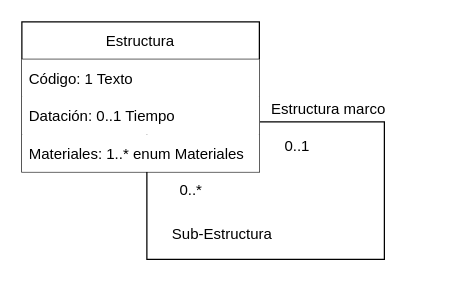
This is Ejercicio 12.drawio from ESTHERRODRIGUEZGARCIA/TrabajoGrupal1-EDA, a draw.io file, before an edit. Source tidied: cells renumbered, new cells numbered last; positions are measured from the earlier drawing's top-left corner, leaving out a move shared by most shapes. Both pictures are drawn from the tidied source at 125%, with x=0, y=0 at pixel (21, 21).
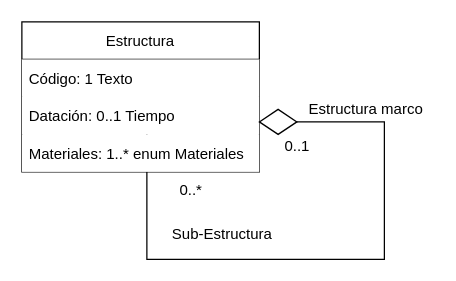
After the change.

Commit message (it also covers changes not shown here):
Ejercicio 12 completo

The edit, as a diff of the source:
```diff
@@
 <mxGraphModel>
   <root>
     <mxCell id="0" />
     <mxCell id="1" parent="0" />
     <mxCell id="2" style="rounded=0;whiteSpace=wrap;html=1;fillColor=default;" parent="1" vertex="1">
       <mxGeometry x="100" y="80" width="190" height="110" as="geometry" />
     </mxCell>
     <mxCell id="3" value="Estructura" style="swimlane;fontStyle=0;horizontal=1;startSize=30;" parent="1" vertex="1">
       <mxGeometry width="190" height="120" as="geometry" />
     </mxCell>
     <mxCell id="4" value="Código: 1 Texto" style="text;align=left;verticalAlign=middle;spacingLeft=4;spacingRight=4;overflow=hidden;fillColor=default;" parent="3" vertex="1">
       <mxGeometry y="30" width="190" height="30" as="geometry" />
     </mxCell>
     <mxCell id="5" value="Datación: 0..1 Tiempo" style="text;strokeColor=none;fillColor=default;align=left;verticalAlign=middle;spacingLeft=4;spacingRight=4;overflow=hidden;" parent="3" vertex="1">
       <mxGeometry y="60" width="190" height="30" as="geometry" />
     </mxCell>
     <mxCell id="6" value="Materiales: 1..* enum Materiales" style="text;strokeColor=none;fillColor=default;align=left;verticalAlign=middle;spacingLeft=4;spacingRight=4;overflow=hidden;" parent="3" vertex="1">
       <mxGeometry y="90" width="190" height="30" as="geometry" />
     </mxCell>
     <mxCell id="7" value="0..1" style="text;html=1;align=center;verticalAlign=middle;fillColor=none;strokeColor=none;rounded=0;" parent="1" vertex="1">
       <mxGeometry x="200" y="90" width="40" height="20" as="geometry" />
     </mxCell>
     <mxCell id="8" value="0..*" style="text;html=1;align=center;verticalAlign=middle;fillColor=none;strokeColor=none;rounded=0;" parent="1" vertex="1">
       <mxGeometry x="120" y="125" width="30" height="20" as="geometry" />
     </mxCell>
     <mxCell id="9" value="Sub-Estructura" style="text;html=1;align=center;verticalAlign=middle;fillColor=none;strokeColor=none;rounded=0;" parent="1" vertex="1">
       <mxGeometry x="110" y="160" width="100" height="20" as="geometry" />
     </mxCell>
     <mxCell id="10" value="Estructura marco" style="text;html=1;align=center;verticalAlign=middle;fillColor=none;strokeColor=none;rounded=0;" parent="1" vertex="1">
-      <mxGeometry x="190" y="60" width="110" height="20" as="geometry" />
+      <mxGeometry x="220" y="60" width="110" height="20" as="geometry" />
     </mxCell>
+    <mxCell id="11" style="rhombus;whiteSpace=wrap;html=1;fillColor=default;" parent="1" vertex="1">
+      <mxGeometry x="190" y="70" width="30" height="20" as="geometry" />
+    </mxCell>
   </root>
 </mxGraphModel>
```
